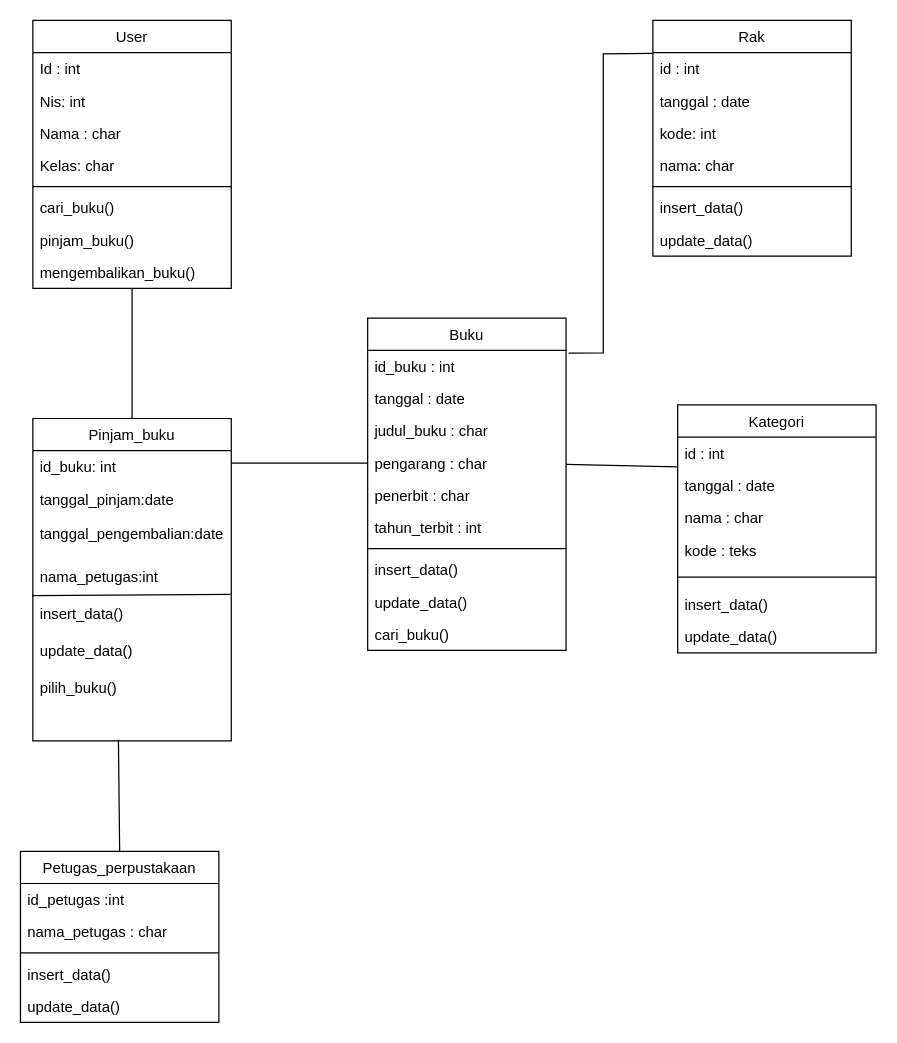
Earlier version of the draw.io diagram DiagramClass.drawio (ditanursabila/perpus-digital). Source tidied: cells renumbered, new cells numbered last; positions are measured from the earlier drawing's top-left corner, leaving out a move shared by most shapes. Both pictures are drawn from the tidied source at 124%, with x=0, y=0 at pixel (20, 20).
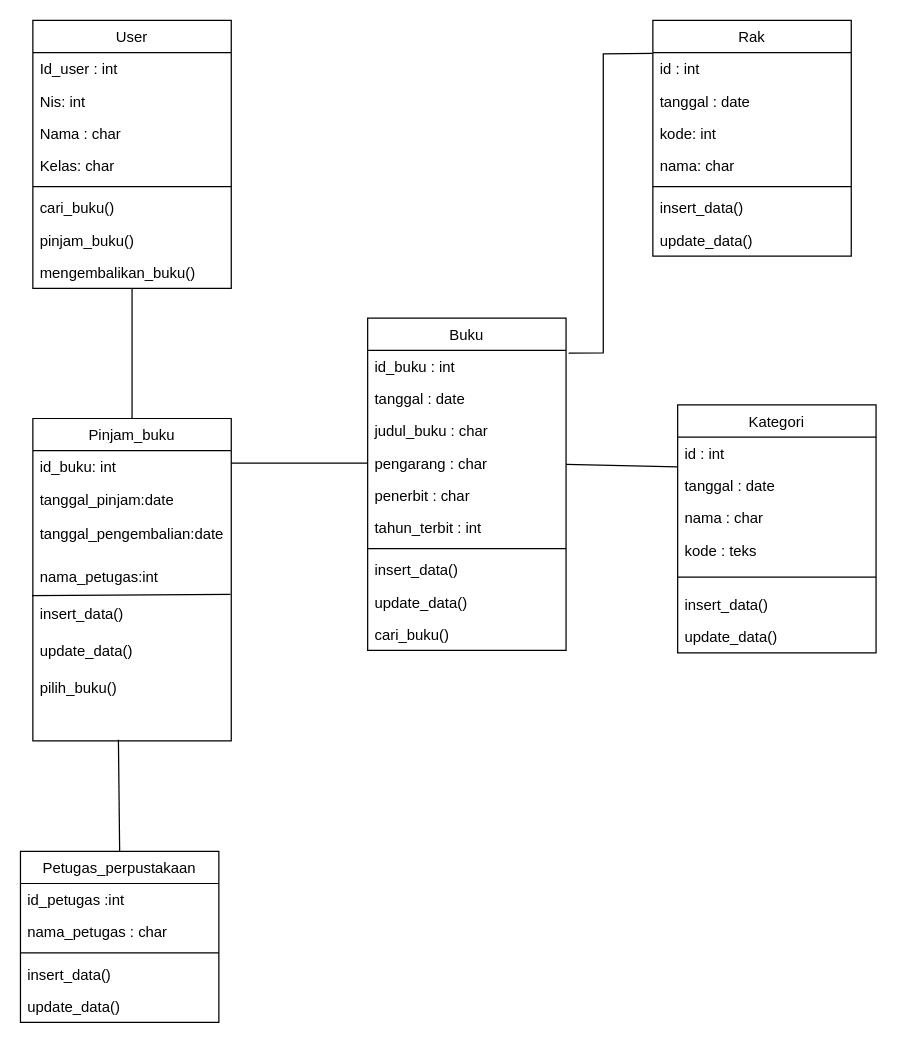
After the change.

The change refers to these unchanged cells:
```xml
<mxCell id="2" value="User" style="swimlane;fontStyle=0;align=center;verticalAlign=top;horizontal=1;startSize=26;rounded=0;shadow=0;strokeWidth=1;" parent="1" vertex="1">
  <mxGeometry x="10" width="160" height="216" as="geometry" />
</mxCell>
```

Diff of the diagram source:
```diff
@@
-    <mxCell id="3" value="Id : int" style="text;align=left;verticalAlign=top;spacingLeft=4;spacingRight=4;overflow=hidden;" parent="2" vertex="1">
+    <mxCell id="3" value="Id_user : int" style="text;align=left;verticalAlign=top;spacingLeft=4;spacingRight=4;overflow=hidden;" parent="2" vertex="1">
       <mxGeometry y="26" width="160" height="26" as="geometry" />
     </mxCell>
```
